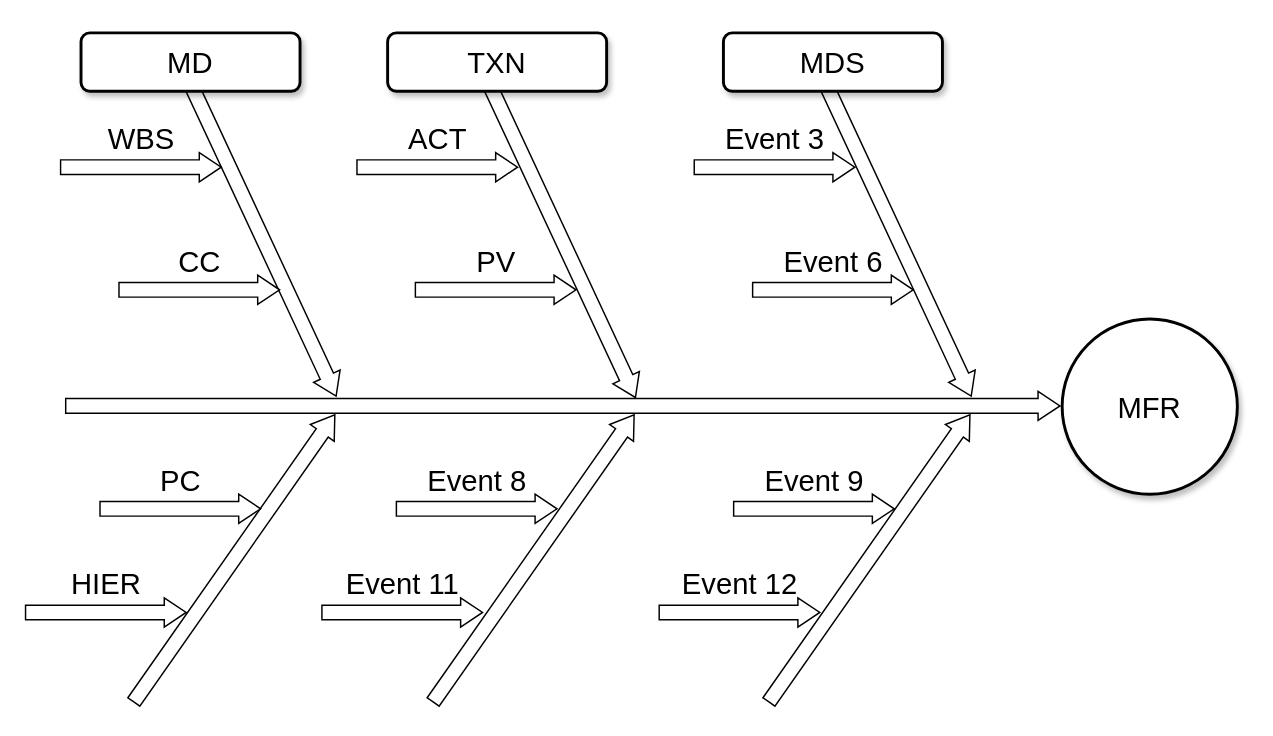
Earlier version of the draw.io diagram Allan Diagram.drawio (DragonX73/DragonX73). Source tidied: cells renumbered, new cells numbered last; positions are measured from the earlier drawing's top-left corner, leaving out a move shared by most shapes. Both pictures are drawn from the tidied source at 146%, with x=0, y=0 at pixel (80, -92).
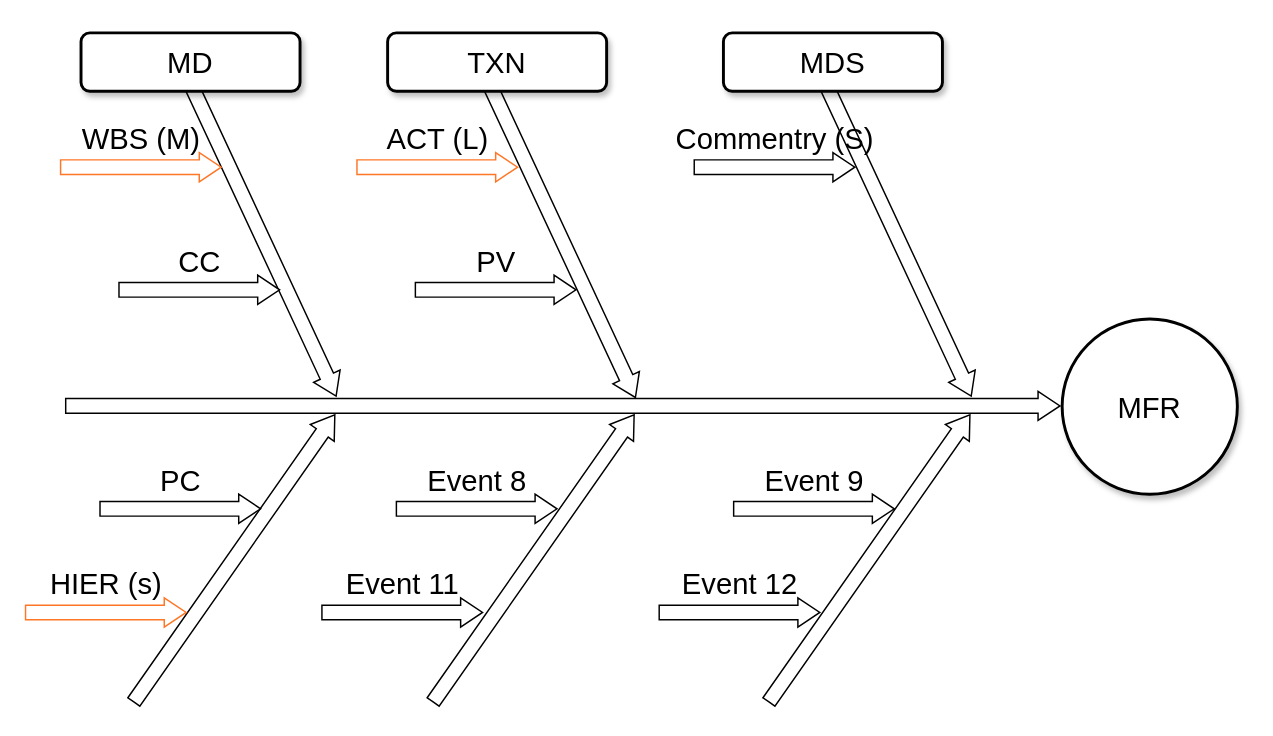
After the change.

Diff of the diagram source:
```diff
@@
-    <mxCell id="13" value="WBS" style="html=1;shadow=0;dashed=0;align=center;verticalAlign=middle;shape=mxgraph.arrows2.arrow;dy=0.5;dx=15;direction=north;notch=0;rounded=0;strokeWidth=1;fontSize=20;rotation=90;horizontal=0;labelPosition=left;verticalLabelPosition=middle;" parent="1" vertex="1">
+    <mxCell id="13" value="WBS (M)" style="html=1;shadow=0;dashed=0;align=center;verticalAlign=middle;shape=mxgraph.arrows2.arrow;dy=0.5;dx=15;direction=north;notch=0;rounded=0;strokeWidth=1;fontSize=20;rotation=90;horizontal=0;labelPosition=left;verticalLabelPosition=middle;strokeColor=#FF7626;" parent="1" vertex="1">
       <mxGeometry x="31" y="122" width="20" height="110" as="geometry" />
     </mxCell>
-    <mxCell id="14" value="ACT" style="html=1;shadow=0;dashed=0;align=center;verticalAlign=middle;shape=mxgraph.arrows2.arrow;dy=0.5;dx=15;direction=north;notch=0;rounded=0;strokeWidth=1;fontSize=20;rotation=90;horizontal=0;labelPosition=left;verticalLabelPosition=middle;" parent="1" vertex="1">
+    <mxCell id="14" value="ACT (L)" style="html=1;shadow=0;dashed=0;align=center;verticalAlign=middle;shape=mxgraph.arrows2.arrow;dy=0.5;dx=15;direction=north;notch=0;rounded=0;strokeWidth=1;fontSize=20;rotation=90;horizontal=0;labelPosition=left;verticalLabelPosition=middle;strokeColor=#FF7626;" parent="1" vertex="1">
       <mxGeometry x="234" y="122" width="20" height="110" as="geometry" />
     </mxCell>
-    <mxCell id="15" value="Event 3" style="html=1;shadow=0;dashed=0;align=center;verticalAlign=middle;shape=mxgraph.arrows2.arrow;dy=0.5;dx=15;direction=north;notch=0;rounded=0;strokeWidth=1;fontSize=20;rotation=90;horizontal=0;labelPosition=left;verticalLabelPosition=middle;" parent="1" vertex="1">
+    <mxCell id="15" value="Commentry (S)" style="html=1;shadow=0;dashed=0;align=center;verticalAlign=middle;shape=mxgraph.arrows2.arrow;dy=0.5;dx=15;direction=north;notch=0;rounded=0;strokeWidth=1;fontSize=20;rotation=90;horizontal=0;labelPosition=left;verticalLabelPosition=middle;" parent="1" vertex="1">
       <mxGeometry x="465" y="122" width="20" height="110" as="geometry" />
     </mxCell>
-    <mxCell id="16" value="HIER" style="html=1;shadow=0;dashed=0;align=center;verticalAlign=middle;shape=mxgraph.arrows2.arrow;dy=0.5;dx=15;direction=north;notch=0;rounded=0;strokeWidth=1;fontSize=20;rotation=90;horizontal=0;labelPosition=left;verticalLabelPosition=middle;" parent="1" vertex="1">
+    <mxCell id="16" value="HIER (s)" style="html=1;shadow=0;dashed=0;align=center;verticalAlign=middle;shape=mxgraph.arrows2.arrow;dy=0.5;dx=15;direction=north;notch=0;rounded=0;strokeWidth=1;fontSize=20;rotation=90;horizontal=0;labelPosition=left;verticalLabelPosition=middle;strokeColor=#FF7626;" parent="1" vertex="1">
       <mxGeometry x="7" y="427" width="20" height="110" as="geometry" />
     </mxCell>
@@
-    <mxCell id="21" value="Event 6" style="html=1;shadow=0;dashed=0;align=center;verticalAlign=middle;shape=mxgraph.arrows2.arrow;dy=0.5;dx=15;direction=north;notch=0;rounded=0;strokeWidth=1;fontSize=20;rotation=90;horizontal=0;labelPosition=left;verticalLabelPosition=middle;" parent="1" vertex="1">
-      <mxGeometry x="505" y="206" width="20" height="110" as="geometry" />
-    </mxCell>
```
